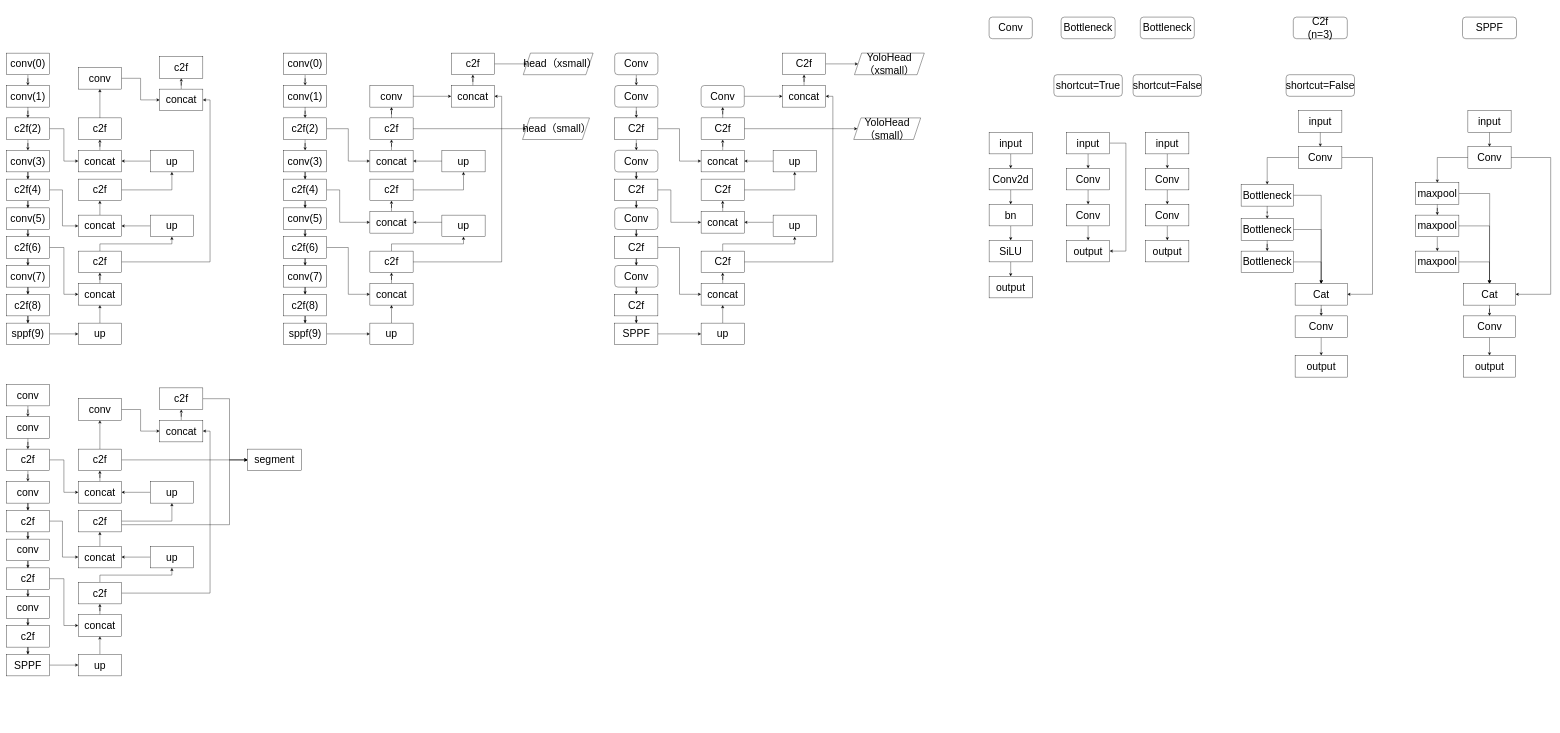
Above: yolo.drawio in funkallll/deeplearning (draw.io), before the change. Source tidied: cells renumbered, new cells numbered last; positions are measured from the earlier drawing's top-left corner, leaving out a move shared by most shapes. Both pictures are drawn from the tidied source at 36%, with x=0, y=0 at pixel (6, 17).
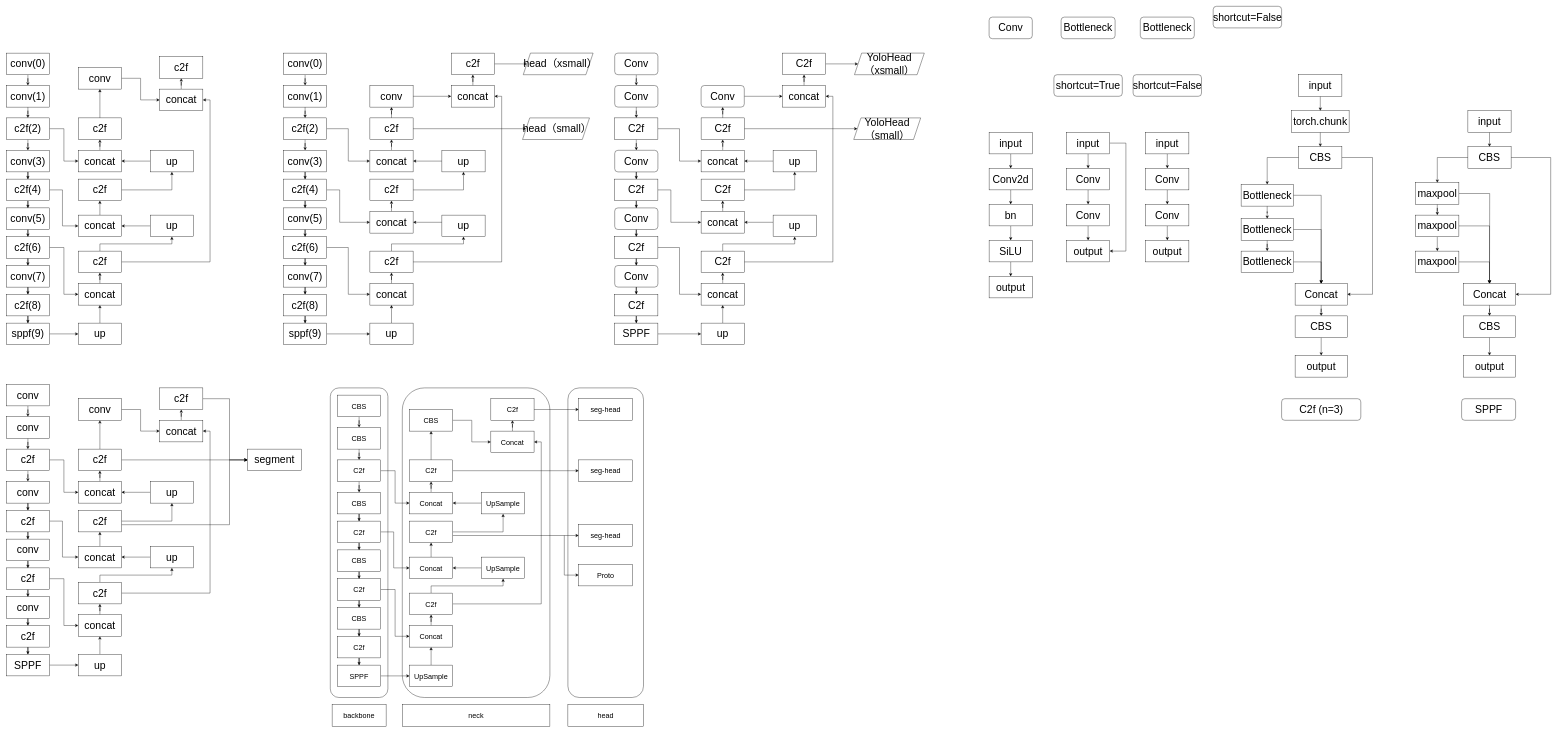
Above is the later version.

Change to the diagram source:
```diff
@@
-    <mxCell id="180" value="C2f&lt;br&gt;(n=3)" style="rounded=1;whiteSpace=wrap;html=1;fontSize=29;" parent="1" vertex="1">
-      <mxGeometry x="3575" width="150" height="60" as="geometry" />
+    <mxCell id="180" value="C2f (n=3)" style="rounded=1;whiteSpace=wrap;html=1;fontSize=29;" parent="1" vertex="1">
+      <mxGeometry x="3542.5" y="1060" width="220" height="60" as="geometry" />
     </mxCell>
     <mxCell id="181" value="shortcut=False" style="rounded=1;whiteSpace=wrap;html=1;fontSize=29;" parent="1" vertex="1">
-      <mxGeometry x="3555" y="160" width="190" height="60" as="geometry" />
+      <mxGeometry x="3352.5" y="-30" width="190" height="60" as="geometry" />
     </mxCell>
@@
-    <mxCell id="184" value="Conv" style="rounded=0;whiteSpace=wrap;html=1;fontSize=29;" parent="1" vertex="1">
+    <mxCell id="184" value="CBS" style="rounded=0;whiteSpace=wrap;html=1;fontSize=29;" parent="1" vertex="1">
       <mxGeometry x="3590" y="360" width="120" height="60" as="geometry" />
     </mxCell>
@@
-    <mxCell id="186" value="input" style="rounded=0;whiteSpace=wrap;html=1;fontSize=29;" parent="1" vertex="1">
-      <mxGeometry x="3590" y="260" width="120" height="60" as="geometry" />
+    <mxCell id="186" value="torch.chunk" style="rounded=0;whiteSpace=wrap;html=1;fontSize=29;" parent="1" vertex="1">
+      <mxGeometry x="3570" y="260" width="160" height="60" as="geometry" />
     </mxCell>
@@
-    <mxCell id="191" value="Cat" style="rounded=0;whiteSpace=wrap;html=1;fontSize=29;" parent="1" vertex="1">
+    <mxCell id="191" value="Concat" style="rounded=0;whiteSpace=wrap;html=1;fontSize=29;" parent="1" vertex="1">
       <mxGeometry x="3580" y="740" width="145" height="60" as="geometry" />
     </mxCell>
@@
-    <mxCell id="198" value="Conv" style="rounded=0;whiteSpace=wrap;html=1;fontSize=29;" parent="1" vertex="1">
+    <mxCell id="198" value="CBS" style="rounded=0;whiteSpace=wrap;html=1;fontSize=29;" parent="1" vertex="1">
       <mxGeometry x="3580" y="830" width="145" height="60" as="geometry" />
     </mxCell>
@@
     <mxCell id="200" value="SPPF" style="rounded=1;whiteSpace=wrap;html=1;fontSize=29;" parent="1" vertex="1">
-      <mxGeometry x="4045" width="150" height="60" as="geometry" />
+      <mxGeometry x="4042.5" y="1060" width="150" height="60" as="geometry" />
     </mxCell>
@@
-    <mxCell id="203" value="Conv" style="rounded=0;whiteSpace=wrap;html=1;fontSize=29;" parent="1" vertex="1">
+    <mxCell id="203" value="CBS" style="rounded=0;whiteSpace=wrap;html=1;fontSize=29;" parent="1" vertex="1">
       <mxGeometry x="4060" y="360" width="120" height="60" as="geometry" />
     </mxCell>
@@
-    <mxCell id="207" value="Cat" style="rounded=0;whiteSpace=wrap;html=1;fontSize=29;" parent="1" vertex="1">
+    <mxCell id="207" value="Concat" style="rounded=0;whiteSpace=wrap;html=1;fontSize=29;" parent="1" vertex="1">
       <mxGeometry x="4047.5" y="740" width="145" height="60" as="geometry" />
     </mxCell>
@@
-    <mxCell id="209" value="Conv" style="rounded=0;whiteSpace=wrap;html=1;fontSize=29;" parent="1" vertex="1">
+    <mxCell id="209" value="CBS" style="rounded=0;whiteSpace=wrap;html=1;fontSize=29;" parent="1" vertex="1">
       <mxGeometry x="4047.5" y="830" width="145" height="60" as="geometry" />
     </mxCell>
@@
+    <mxCell id="270" style="edgeStyle=orthogonalEdgeStyle;rounded=0;jettySize=auto;html=1;fontSize=20;fontStyle=0;" parent="1" edge="1" source="271" target="273">
+      <mxGeometry relative="1" as="geometry" />
+    </mxCell>
+    <mxCell id="271" value="CBS" style="rounded=0;whiteSpace=wrap;html=1;fontSize=20;fontStyle=0;" parent="1" vertex="1">
+      <mxGeometry x="920" y="1050" width="120" height="60" as="geometry" />
+    </mxCell>
+    <mxCell id="272" style="edgeStyle=orthogonalEdgeStyle;rounded=0;jettySize=auto;html=1;fontSize=20;fontStyle=0;" parent="1" edge="1" source="273" target="276">
+      <mxGeometry relative="1" as="geometry" />
+    </mxCell>
+    <mxCell id="273" value="CBS" style="rounded=0;whiteSpace=wrap;html=1;fontSize=20;fontStyle=0;" parent="1" vertex="1">
+      <mxGeometry x="920" y="1140" width="120" height="60" as="geometry" />
+    </mxCell>
+    <mxCell id="274" style="edgeStyle=orthogonalEdgeStyle;rounded=0;jettySize=auto;html=1;fontSize=20;fontStyle=0;" parent="1" edge="1" source="276" target="278">
+      <mxGeometry relative="1" as="geometry" />
+    </mxCell>
+    <mxCell id="275" style="edgeStyle=orthogonalEdgeStyle;rounded=0;jettySize=auto;html=1;entryX=0;entryY=0.5;entryDx=0;entryDy=0;fontStyle=0;fontSize=20;" parent="1" edge="1" source="276" target="311">
+      <mxGeometry relative="1" as="geometry" />
+    </mxCell>
+    <mxCell id="276" value="C2f" style="rounded=0;whiteSpace=wrap;html=1;fontSize=20;fontStyle=0;" parent="1" vertex="1">
+      <mxGeometry x="920" y="1230" width="120" height="60" as="geometry" />
+    </mxCell>
+    <mxCell id="277" style="edgeStyle=orthogonalEdgeStyle;rounded=0;jettySize=auto;html=1;fontSize=20;fontStyle=0;" parent="1" edge="1" source="278" target="281">
+      <mxGeometry relative="1" as="geometry" />
+    </mxCell>
+    <mxCell id="278" value="CBS" style="rounded=0;whiteSpace=wrap;html=1;fontSize=20;fontStyle=0;" parent="1" vertex="1">
+      <mxGeometry x="920" y="1320" width="120" height="60" as="geometry" />
+    </mxCell>
+    <mxCell id="279" style="edgeStyle=orthogonalEdgeStyle;rounded=0;jettySize=auto;html=1;fontSize=20;fontStyle=0;" parent="1" edge="1" source="281" target="283">
+      <mxGeometry relative="1" as="geometry" />
+    </mxCell>
+    <mxCell id="280" style="edgeStyle=orthogonalEdgeStyle;rounded=0;jettySize=auto;html=1;fontStyle=0;fontSize=20;" parent="1" edge="1" source="281" target="300">
+      <mxGeometry relative="1" as="geometry">
+        <Array as="points">
+          <mxPoint x="1076" y="1430" />
+          <mxPoint x="1076" y="1530" />
+        </Array>
+      </mxGeometry>
+    </mxCell>
+    <mxCell id="281" value="C2f" style="rounded=0;whiteSpace=wrap;html=1;fontSize=20;fontStyle=0;" parent="1" vertex="1">
+      <mxGeometry x="920" y="1400" width="120" height="60" as="geometry" />
+    </mxCell>
+    <mxCell id="282" style="edgeStyle=orthogonalEdgeStyle;rounded=0;jettySize=auto;html=1;fontSize=20;fontStyle=0;" parent="1" edge="1" source="283" target="286">
+      <mxGeometry relative="1" as="geometry" />
+    </mxCell>
+    <mxCell id="283" value="CBS" style="rounded=0;whiteSpace=wrap;html=1;fontSize=20;fontStyle=0;" parent="1" vertex="1">
+      <mxGeometry x="920" y="1480" width="120" height="60" as="geometry" />
+    </mxCell>
+    <mxCell id="284" style="edgeStyle=orthogonalEdgeStyle;rounded=0;jettySize=auto;html=1;fontSize=20;fontStyle=0;" parent="1" edge="1" source="286" target="288">
+      <mxGeometry relative="1" as="geometry" />
+    </mxCell>
+    <mxCell id="285" style="edgeStyle=orthogonalEdgeStyle;rounded=0;jettySize=auto;html=1;entryX=0;entryY=0.5;entryDx=0;entryDy=0;fontStyle=0;fontSize=20;" parent="1" edge="1" source="286" target="296">
+      <mxGeometry relative="1" as="geometry" />
+    </mxCell>
+    <mxCell id="286" value="C2f" style="rounded=0;whiteSpace=wrap;html=1;fontSize=20;fontStyle=0;" parent="1" vertex="1">
+      <mxGeometry x="920" y="1560" width="120" height="60" as="geometry" />
+    </mxCell>
+    <mxCell id="287" style="edgeStyle=orthogonalEdgeStyle;rounded=0;jettySize=auto;html=1;fontSize=20;fontStyle=0;" parent="1" edge="1" source="288" target="290">
+      <mxGeometry relative="1" as="geometry" />
+    </mxCell>
+    <mxCell id="288" value="CBS" style="rounded=0;whiteSpace=wrap;html=1;fontSize=20;fontStyle=0;" parent="1" vertex="1">
+      <mxGeometry x="920" y="1640" width="120" height="60" as="geometry" />
+    </mxCell>
+    <mxCell id="289" style="edgeStyle=orthogonalEdgeStyle;rounded=0;jettySize=auto;html=1;fontSize=20;fontStyle=0;" parent="1" edge="1" source="290" target="292">
+      <mxGeometry relative="1" as="geometry" />
+    </mxCell>
+    <mxCell id="290" value="C2f" style="rounded=0;whiteSpace=wrap;html=1;fontSize=20;fontStyle=0;" parent="1" vertex="1">
+      <mxGeometry x="920" y="1720" width="120" height="60" as="geometry" />
+    </mxCell>
+    <mxCell id="291" style="edgeStyle=orthogonalEdgeStyle;rounded=0;jettySize=auto;html=1;fontStyle=0;fontSize=20;" parent="1" edge="1" source="292" target="294">
+      <mxGeometry relative="1" as="geometry" />
+    </mxCell>
+    <mxCell id="292" value="SPPF" style="rounded=0;whiteSpace=wrap;html=1;fontSize=20;fontStyle=0;" parent="1" vertex="1">
+      <mxGeometry x="920" y="1800" width="120" height="60" as="geometry" />
+    </mxCell>
+    <mxCell id="293" style="edgeStyle=orthogonalEdgeStyle;rounded=0;jettySize=auto;html=1;entryX=0.5;entryY=1;entryDx=0;entryDy=0;fontStyle=0;fontSize=20;" parent="1" edge="1" source="294" target="296">
+      <mxGeometry relative="1" as="geometry" />
+    </mxCell>
+    <mxCell id="294" value="UpSample" style="whiteSpace=wrap;html=1;fontSize=20;rounded=0;fontStyle=0;" parent="1" vertex="1">
+      <mxGeometry x="1120" y="1800" width="120" height="60" as="geometry" />
+    </mxCell>
+    <mxCell id="295" style="edgeStyle=orthogonalEdgeStyle;rounded=0;jettySize=auto;html=1;fontStyle=0;fontSize=20;" parent="1" edge="1" source="296" target="309">
+      <mxGeometry relative="1" as="geometry" />
+    </mxCell>
+    <mxCell id="296" value="Concat" style="whiteSpace=wrap;html=1;fontSize=20;rounded=0;fontStyle=0;" parent="1" vertex="1">
+      <mxGeometry x="1120" y="1690" width="120" height="60" as="geometry" />
+    </mxCell>
+    <mxCell id="297" style="edgeStyle=orthogonalEdgeStyle;rounded=0;jettySize=auto;html=1;entryX=1;entryY=0.5;entryDx=0;entryDy=0;fontStyle=0;fontSize=20;" parent="1" edge="1" source="298" target="300">
+      <mxGeometry relative="1" as="geometry">
+        <Array as="points">
+          <mxPoint x="1366" y="1530" />
+        </Array>
+      </mxGeometry>
+    </mxCell>
+    <mxCell id="298" value="UpSample" style="whiteSpace=wrap;html=1;fontSize=20;rounded=0;fontStyle=0;" parent="1" vertex="1">
+      <mxGeometry x="1320" y="1500" width="120" height="60" as="geometry" />
+    </mxCell>
+    <mxCell id="299" style="edgeStyle=orthogonalEdgeStyle;rounded=0;jettySize=auto;html=1;fontStyle=0;fontSize=20;" parent="1" edge="1" source="300" target="304">
+      <mxGeometry relative="1" as="geometry" />
+    </mxCell>
+    <mxCell id="300" value="Concat" style="rounded=0;whiteSpace=wrap;html=1;fontSize=20;fontStyle=0;" parent="1" vertex="1">
+      <mxGeometry x="1120" y="1500" width="120" height="60" as="geometry" />
+    </mxCell>
+    <mxCell id="301" style="edgeStyle=orthogonalEdgeStyle;rounded=0;jettySize=auto;html=1;entryX=0.5;entryY=1;entryDx=0;entryDy=0;fontStyle=0;fontSize=20;" parent="1" edge="1" source="304" target="306">
+      <mxGeometry relative="1" as="geometry" />
+    </mxCell>
+    <mxCell id="302" style="edgeStyle=orthogonalEdgeStyle;rounded=0;jettySize=auto;html=1;entryX=0;entryY=0.5;entryDx=0;entryDy=0;fontSize=20;" parent="1" edge="1" source="304" target="329">
+      <mxGeometry relative="1" as="geometry">
+        <Array as="points">
+          <mxPoint x="1560" y="1440" />
+          <mxPoint x="1560" y="1440" />
+        </Array>
+      </mxGeometry>
+    </mxCell>
+    <mxCell id="303" style="edgeStyle=orthogonalEdgeStyle;rounded=0;jettySize=auto;html=1;entryX=0;entryY=0.5;entryDx=0;entryDy=0;" parent="1" edge="1" target="330">
+      <mxGeometry relative="1" as="geometry">
+        <mxPoint x="1550" y="1440" as="sourcePoint" />
+        <Array as="points">
+          <mxPoint x="1550" y="1440" />
+          <mxPoint x="1550" y="1550" />
+        </Array>
+      </mxGeometry>
+    </mxCell>
+    <mxCell id="304" value="C2f" style="rounded=0;whiteSpace=wrap;html=1;fontSize=20;fontStyle=0;" parent="1" vertex="1">
+      <mxGeometry x="1120" y="1400" width="120" height="60" as="geometry" />
+    </mxCell>
+    <mxCell id="305" style="edgeStyle=orthogonalEdgeStyle;rounded=0;jettySize=auto;html=1;fontStyle=0;fontSize=20;" parent="1" edge="1" source="306" target="311">
+      <mxGeometry relative="1" as="geometry" />
+    </mxCell>
+    <mxCell id="306" value="UpSample" style="rounded=0;whiteSpace=wrap;html=1;fontSize=20;fontStyle=0;" parent="1" vertex="1">
+      <mxGeometry x="1320" y="1320" width="120" height="60" as="geometry" />
+    </mxCell>
+    <mxCell id="307" style="edgeStyle=orthogonalEdgeStyle;rounded=0;jettySize=auto;html=1;entryX=0.5;entryY=1;entryDx=0;entryDy=0;exitX=0.5;exitY=0;exitDx=0;exitDy=0;fontStyle=0;fontSize=20;" parent="1" edge="1" source="309" target="298">
+      <mxGeometry relative="1" as="geometry">
+        <Array as="points">
+          <mxPoint x="1180" y="1580" />
+          <mxPoint x="1380" y="1580" />
+        </Array>
+      </mxGeometry>
+    </mxCell>
+    <mxCell id="308" style="edgeStyle=orthogonalEdgeStyle;rounded=0;jettySize=auto;html=1;entryX=1;entryY=0.5;entryDx=0;entryDy=0;fontStyle=0;fontSize=20;" parent="1" edge="1" source="309" target="318">
+      <mxGeometry relative="1" as="geometry" />
+    </mxCell>
+    <mxCell id="309" value="C2f" style="whiteSpace=wrap;html=1;fontSize=20;rounded=0;fontStyle=0;" parent="1" vertex="1">
+      <mxGeometry x="1120" y="1600" width="120" height="60" as="geometry" />
+    </mxCell>
+    <mxCell id="310" style="edgeStyle=orthogonalEdgeStyle;rounded=0;jettySize=auto;html=1;fontStyle=0;fontSize=20;" parent="1" edge="1" source="311" target="314">
+      <mxGeometry relative="1" as="geometry" />
+    </mxCell>
+    <mxCell id="311" value="Concat" style="rounded=0;whiteSpace=wrap;html=1;fontSize=20;fontStyle=0;" parent="1" vertex="1">
+      <mxGeometry x="1120" y="1320" width="120" height="60" as="geometry" />
+    </mxCell>
+    <mxCell id="312" style="edgeStyle=orthogonalEdgeStyle;rounded=0;jettySize=auto;html=1;fontStyle=0;fontSize=20;" parent="1" edge="1" source="314" target="316">
+      <mxGeometry relative="1" as="geometry" />
+    </mxCell>
+    <mxCell id="313" style="edgeStyle=orthogonalEdgeStyle;rounded=0;jettySize=auto;html=1;entryX=0;entryY=0.5;entryDx=0;entryDy=0;fontSize=20;" parent="1" edge="1" source="314" target="321">
+      <mxGeometry relative="1" as="geometry" />
+    </mxCell>
+    <mxCell id="314" value="C2f" style="rounded=0;whiteSpace=wrap;html=1;fontSize=20;fontStyle=0;" parent="1" vertex="1">
+      <mxGeometry x="1120" y="1230" width="120" height="60" as="geometry" />
+    </mxCell>
+    <mxCell id="315" style="edgeStyle=orthogonalEdgeStyle;rounded=0;jettySize=auto;html=1;fontStyle=0;fontSize=20;" parent="1" edge="1" source="316" target="318">
+      <mxGeometry relative="1" as="geometry" />
+    </mxCell>
+    <mxCell id="316" value="CBS" style="rounded=0;whiteSpace=wrap;html=1;fontSize=20;fontStyle=0;" parent="1" vertex="1">
+      <mxGeometry x="1120" y="1090" width="120" height="60" as="geometry" />
+    </mxCell>
+    <mxCell id="317" style="edgeStyle=orthogonalEdgeStyle;rounded=0;jettySize=auto;html=1;fontStyle=0;fontSize=20;" parent="1" edge="1" source="318" target="320">
+      <mxGeometry relative="1" as="geometry" />
+    </mxCell>
+    <mxCell id="318" value="Concat" style="rounded=0;whiteSpace=wrap;html=1;fontSize=20;fontStyle=0;" parent="1" vertex="1">
+      <mxGeometry x="1346" y="1150" width="120" height="60" as="geometry" />
+    </mxCell>
+    <mxCell id="319" style="edgeStyle=orthogonalEdgeStyle;rounded=0;jettySize=auto;html=1;entryX=0;entryY=0.5;entryDx=0;entryDy=0;fontSize=20;" parent="1" edge="1" source="320" target="328">
+      <mxGeometry relative="1" as="geometry" />
+    </mxCell>
+    <mxCell id="320" value="C2f" style="rounded=0;whiteSpace=wrap;html=1;fontSize=20;fontStyle=0;" parent="1" vertex="1">
+      <mxGeometry x="1346" y="1060" width="120" height="60" as="geometry" />
+    </mxCell>
+    <mxCell id="321" value="seg-head" style="rounded=0;whiteSpace=wrap;html=1;fontSize=20;" parent="1" vertex="1">
+      <mxGeometry x="1590" y="1230" width="150" height="60" as="geometry" />
+    </mxCell>
+    <mxCell id="322" style="rounded=1;whiteSpace=wrap;html=1;fillColor=none;" parent="1" vertex="1">
+      <mxGeometry x="900" y="1030" width="160" height="860" as="geometry" />
+    </mxCell>
+    <mxCell id="323" style="rounded=1;whiteSpace=wrap;html=1;fillColor=none;" parent="1" vertex="1">
+      <mxGeometry x="1100" y="1030" width="410" height="860" as="geometry" />
+    </mxCell>
+    <mxCell id="324" value="&lt;span style=&quot;font-size: 20px;&quot;&gt;backbone&lt;/span&gt;" style="rounded=0;whiteSpace=wrap;html=1;fontSize=20;" parent="1" vertex="1">
+      <mxGeometry x="905" y="1910" width="150" height="60" as="geometry" />
+    </mxCell>
+    <mxCell id="325" value="&lt;span style=&quot;font-size: 20px;&quot;&gt;neck&lt;/span&gt;" style="rounded=0;whiteSpace=wrap;html=1;fontSize=20;" parent="1" vertex="1">
+      <mxGeometry x="1100" y="1910" width="410" height="60" as="geometry" />
+    </mxCell>
+    <mxCell id="326" value="&lt;span style=&quot;font-size: 20px;&quot;&gt;head&lt;/span&gt;" style="rounded=0;whiteSpace=wrap;html=1;fontSize=20;" parent="1" vertex="1">
+      <mxGeometry x="1560" y="1910" width="210" height="60" as="geometry" />
+    </mxCell>
+    <mxCell id="327" style="rounded=1;whiteSpace=wrap;html=1;fillColor=none;" parent="1" vertex="1">
+      <mxGeometry x="1560" y="1030" width="210" height="860" as="geometry" />
+    </mxCell>
+    <mxCell id="328" value="seg-head" style="rounded=0;whiteSpace=wrap;html=1;fontSize=20;" parent="1" vertex="1">
+      <mxGeometry x="1590" y="1060" width="150" height="60" as="geometry" />
+    </mxCell>
+    <mxCell id="329" value="seg-head" style="rounded=0;whiteSpace=wrap;html=1;fontSize=20;" parent="1" vertex="1">
+      <mxGeometry x="1590" y="1410" width="150" height="60" as="geometry" />
+    </mxCell>
+    <mxCell id="330" value="Proto" style="rounded=0;whiteSpace=wrap;html=1;fontSize=20;" parent="1" vertex="1">
+      <mxGeometry x="1590" y="1520" width="150" height="60" as="geometry" />
+    </mxCell>
+    <mxCell id="331" style="edgeStyle=orthogonalEdgeStyle;rounded=0;jettySize=auto;html=1;" parent="1" edge="1" source="332" target="186">
+      <mxGeometry relative="1" as="geometry" />
+    </mxCell>
+    <mxCell id="332" value="input" style="rounded=0;whiteSpace=wrap;html=1;fontSize=29;" parent="1" vertex="1">
+      <mxGeometry x="3590" y="160" width="120" height="60" as="geometry" />
+    </mxCell>
```
